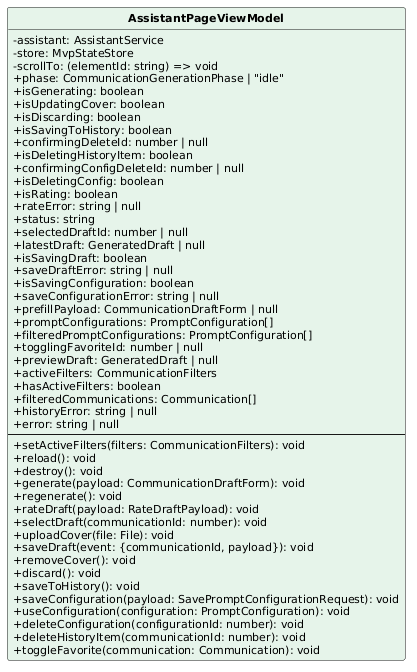
Earlier version of the PlantUML export PB/Specifica Tecnica/ImmaginiSpecificaTecnica/ClassiSingoleFrontend/AssistantPageViewModel.png (aLittleByte-19/Documentazione).
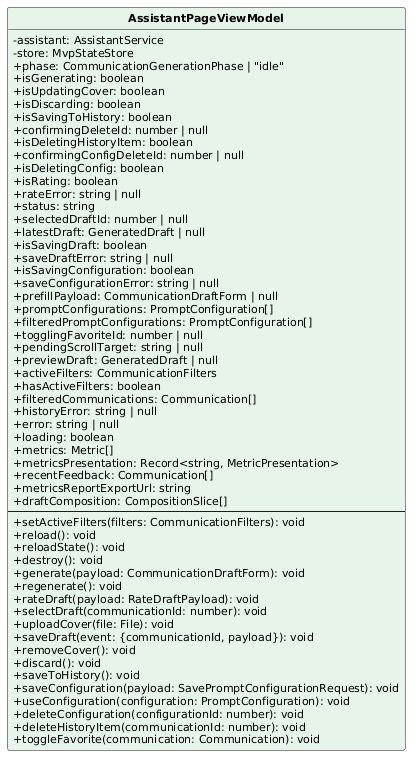
The same diagram one commit later.

The edit, as a diff of the source:
```diff
@@ -8,7 +8,6 @@
 class AssistantPageViewModel #E6F4EA {
   -assistant: AssistantService
   -store: MvpStateStore
-  -scrollTo: (elementId: string) => void
   +phase: CommunicationGenerationPhase | "idle"
   +isGenerating: boolean
   +isUpdatingCover: boolean
@@ -31,15 +30,23 @@
   +promptConfigurations: PromptConfiguration[]
   +filteredPromptConfigurations: PromptConfiguration[]
   +togglingFavoriteId: number | null
+  +pendingScrollTarget: string | null
   +previewDraft: GeneratedDraft | null
   +activeFilters: CommunicationFilters
   +hasActiveFilters: boolean
   +filteredCommunications: Communication[]
   +historyError: string | null
   +error: string | null
+  +loading: boolean
+  +metrics: Metric[]
+  +metricsPresentation: Record<string, MetricPresentation>
+  +recentFeedback: Communication[]
+  +metricsReportExportUrl: string
+  +draftComposition: CompositionSlice[]
   --
   +setActiveFilters(filters: CommunicationFilters): void
   +reload(): void
+  +reloadState(): void
   +destroy(): void
   +generate(payload: CommunicationDraftForm): void
   +regenerate(): void
```
